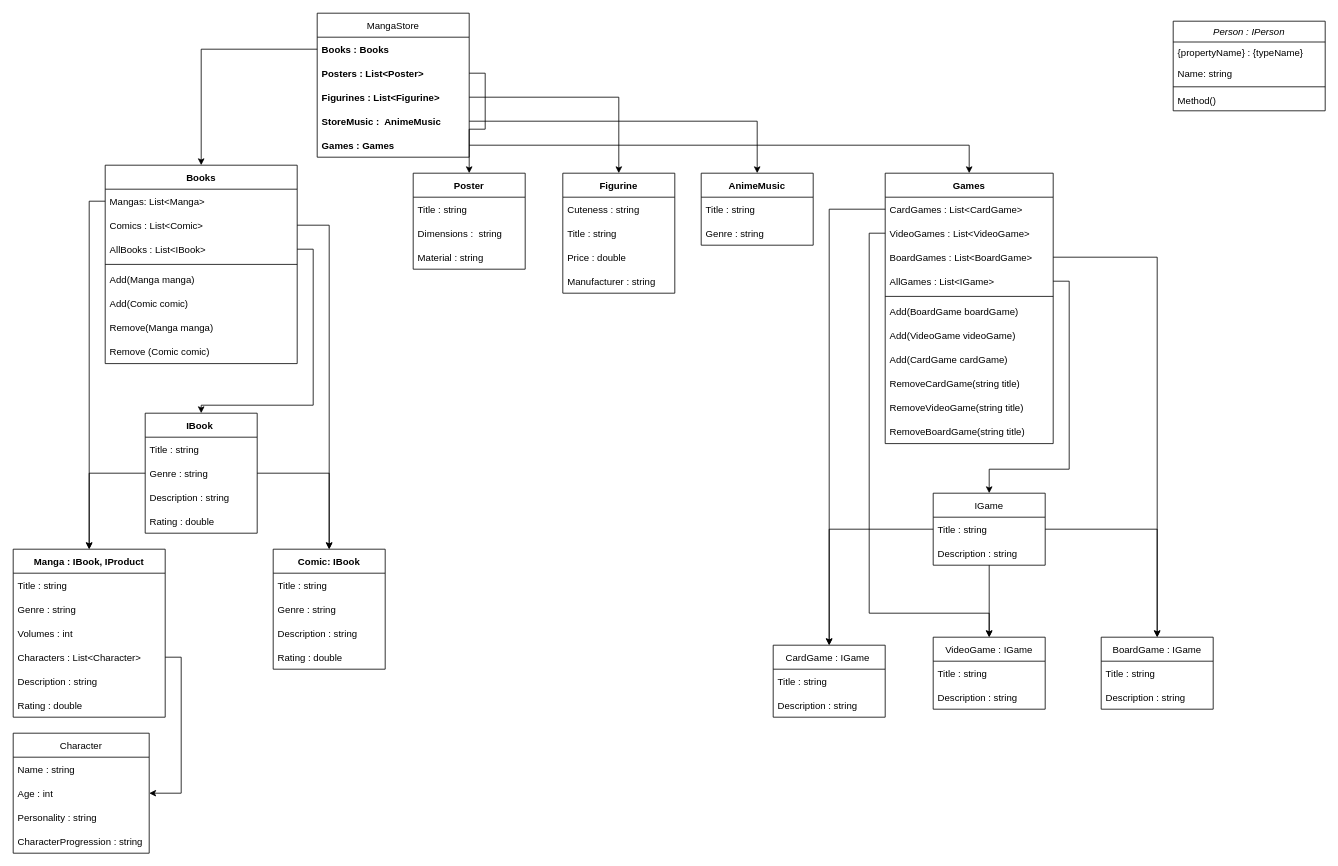
The draw.io diagram MangaStore/Digrams/ClassDiagram.drawio in lauravoineag/Kata, before the edit. Source tidied: cells renumbered, new cells numbered last; positions are measured from the earlier drawing's top-left corner, leaving out a move shared by most shapes. Both pictures are drawn from the tidied source at 80%, with x=0, y=0 at pixel (13, 13).
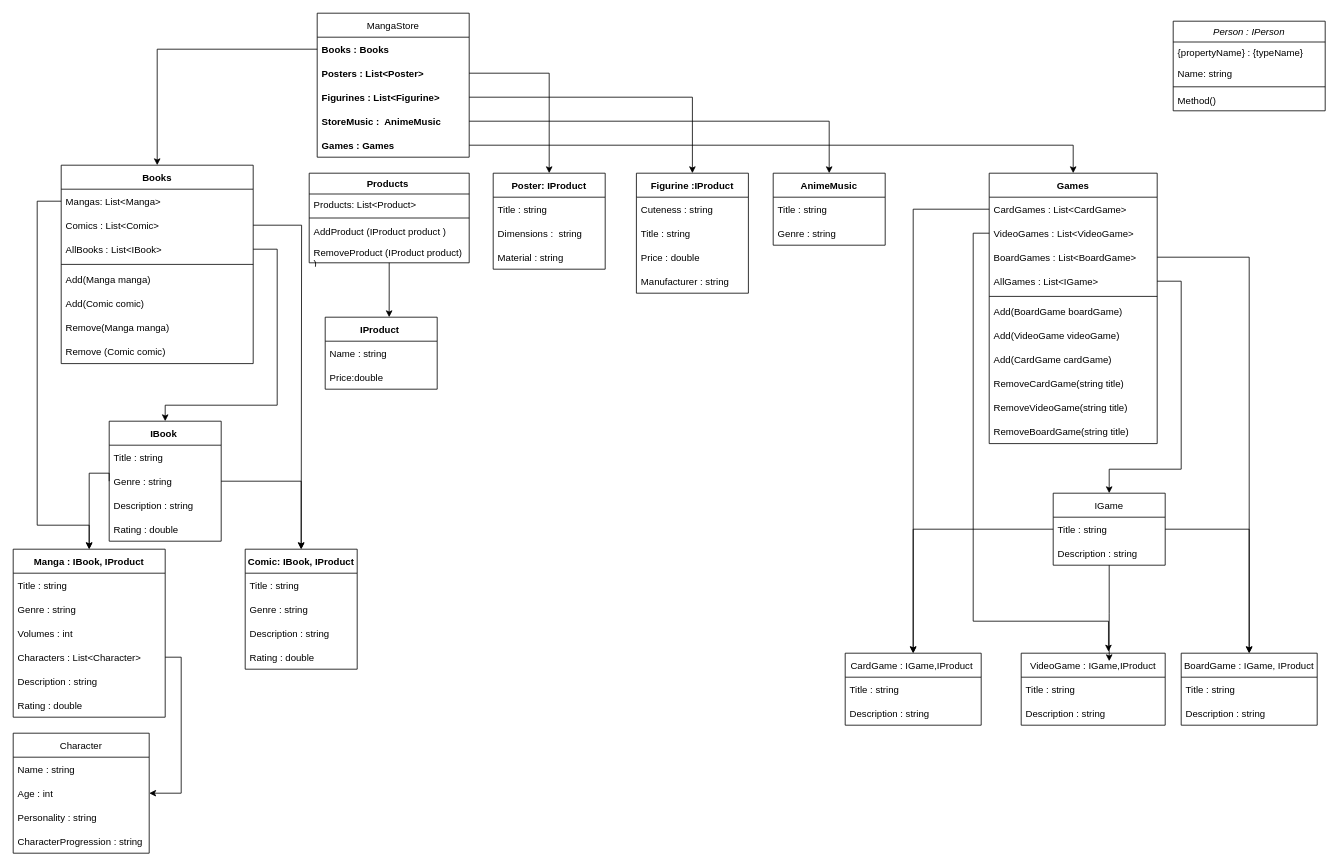
Above is the later version.

Commit message (it also covers changes not shown here):
Made all projects of type Product and updated the class diagram

Unchanged cells that the change refers to:
```xml
<mxCell id="18" value="Manga : IBook, IProduct" style="swimlane;fontStyle=1;horizontal=1;startSize=30;fontColor=#000000;" parent="1" vertex="1">
  <mxGeometry y="670" width="190" height="210" as="geometry" />
</mxCell>
<mxCell id="26" value="Mangas: List&lt;Manga&gt;    " style="text;strokeColor=none;fillColor=none;align=left;verticalAlign=middle;spacingLeft=4;spacingRight=4;overflow=hidden;points=[[0,0.5],[1,0.5]];portConstraint=eastwest;fontColor=#000000;" parent="25" vertex="1">
  <mxGeometry y="30" width="240" height="30" as="geometry" />
</mxCell>
<mxCell id="27" value="Comics : List&lt;Comic&gt;" style="text;strokeColor=none;fillColor=none;align=left;verticalAlign=middle;spacingLeft=4;spacingRight=4;overflow=hidden;points=[[0,0.5],[1,0.5]];portConstraint=eastwest;fontColor=#000000;" parent="25" vertex="1">
  <mxGeometry y="60" width="240" height="30" as="geometry" />
</mxCell>
<mxCell id="28" value="AllBooks : List&lt;IBook&gt;" style="text;strokeColor=none;fillColor=none;align=left;verticalAlign=middle;spacingLeft=4;spacingRight=4;overflow=hidden;points=[[0,0.5],[1,0.5]];portConstraint=eastwest;fontColor=#000000;" parent="25" vertex="1">
  <mxGeometry y="90" width="240" height="30" as="geometry" />
</mxCell>
<mxCell id="48" value="Genre : string    " style="text;strokeColor=none;fillColor=none;align=left;verticalAlign=middle;spacingLeft=4;spacingRight=4;overflow=hidden;points=[[0,0.5],[1,0.5]];portConstraint=eastwest;fontColor=#000000;" parent="46" vertex="1">
  <mxGeometry y="60" width="140" height="30" as="geometry" />
</mxCell>
<mxCell id="67" value="CardGames : List&lt;CardGame&gt;" style="text;strokeColor=none;fillColor=none;align=left;verticalAlign=middle;spacingLeft=4;spacingRight=4;overflow=hidden;points=[[0,0.5],[1,0.5]];portConstraint=eastwest;" parent="66" vertex="1">
  <mxGeometry y="30" width="210" height="30" as="geometry" />
</mxCell>
<mxCell id="68" value="VideoGames : List&lt;VideoGame&gt;" style="text;strokeColor=none;fillColor=none;align=left;verticalAlign=middle;spacingLeft=4;spacingRight=4;overflow=hidden;points=[[0,0.5],[1,0.5]];portConstraint=eastwest;" parent="66" vertex="1">
  <mxGeometry y="60" width="210" height="30" as="geometry" />
</mxCell>
<mxCell id="70" value="AllGames : List&lt;IGame&gt;" style="text;strokeColor=none;fillColor=none;align=left;verticalAlign=middle;spacingLeft=4;spacingRight=4;overflow=hidden;points=[[0,0.5],[1,0.5]];portConstraint=eastwest;" parent="66" vertex="1">
  <mxGeometry y="120" width="210" height="30" as="geometry" />
</mxCell>
<mxCell id="91" value="Title : string " style="text;strokeColor=none;fillColor=none;align=left;verticalAlign=middle;spacingLeft=4;spacingRight=4;overflow=hidden;points=[[0,0.5],[1,0.5]];portConstraint=eastwest;fontColor=#000000;" parent="90" vertex="1">
  <mxGeometry y="30" width="140" height="30" as="geometry" />
</mxCell>
```

Change to the diagram source:
```diff
@@
     <mxCell id="25" value="Books" style="swimlane;fontStyle=1;horizontal=1;startSize=30;fontColor=#000000;" parent="1" vertex="1">
-      <mxGeometry x="115" y="190" width="240" height="248" as="geometry" />
+      <mxGeometry x="60" y="190" width="240" height="248" as="geometry" />
     </mxCell>
@@
-    <mxCell id="35" value="Comic: IBook" style="swimlane;fontStyle=1;horizontal=1;startSize=30;fontColor=#000000;" parent="1" vertex="1">
-      <mxGeometry x="325" y="670" width="140" height="150" as="geometry" />
+    <mxCell id="35" value="Comic: IBook, IProduct" style="swimlane;fontStyle=1;horizontal=1;startSize=30;fontColor=#000000;" parent="1" vertex="1">
+      <mxGeometry x="290" y="670" width="140" height="150" as="geometry" />
     </mxCell>
@@
-    <mxCell id="40" style="edgeStyle=orthogonalEdgeStyle;rounded=0;jettySize=auto;html=1;exitX=1;exitY=0.5;exitDx=0;exitDy=0;fontColor=#000000;" parent="1" edge="1" source="27" target="35">
-      <mxGeometry relative="1" as="geometry" />
-    </mxCell>
@@
-    <mxCell id="42" value="Poster" style="swimlane;fontStyle=1;horizontal=1;startSize=30;fontColor=#000000;" parent="1" vertex="1">
-      <mxGeometry x="500" y="200" width="140" height="120" as="geometry" />
+    <mxCell id="42" value="Poster: IProduct" style="swimlane;fontStyle=1;horizontal=1;startSize=30;fontColor=#000000;" parent="1" vertex="1">
+      <mxGeometry x="600" y="200" width="140" height="120" as="geometry" />
     </mxCell>
@@
     <mxCell id="46" value="IBook " style="swimlane;fontStyle=1;horizontal=1;startSize=30;fontColor=#000000;" parent="1" vertex="1">
-      <mxGeometry x="165" y="500" width="140" height="150" as="geometry" />
+      <mxGeometry x="120" y="510" width="140" height="150" as="geometry" />
     </mxCell>
@@
     <mxCell id="51" style="edgeStyle=orthogonalEdgeStyle;rounded=0;jettySize=auto;html=1;exitX=1;exitY=0.5;exitDx=0;exitDy=0;entryX=0.5;entryY=0;entryDx=0;entryDy=0;fontColor=#000000;" parent="1" edge="1" source="28" target="46">
       <mxGeometry relative="1" as="geometry">
         <Array as="points">
-          <mxPoint x="375" y="295" />
-          <mxPoint x="375" y="490" />
-          <mxPoint x="235" y="490" />
+          <mxPoint x="330" y="295" />
+          <mxPoint x="330" y="490" />
+          <mxPoint x="190" y="490" />
         </Array>
       </mxGeometry>
     </mxCell>
     <mxCell id="52" style="edgeStyle=orthogonalEdgeStyle;rounded=0;jettySize=auto;html=1;exitX=0;exitY=0.5;exitDx=0;exitDy=0;entryX=0.5;entryY=0;entryDx=0;entryDy=0;fontColor=#000000;" parent="1" edge="1" source="48" target="18">
-      <mxGeometry relative="1" as="geometry" />
+      <mxGeometry relative="1" as="geometry">
+        <Array as="points">
+          <mxPoint x="95" y="575" />
+        </Array>
+      </mxGeometry>
     </mxCell>
     <mxCell id="53" style="edgeStyle=orthogonalEdgeStyle;rounded=0;jettySize=auto;html=1;exitX=0;exitY=0.5;exitDx=0;exitDy=0;entryX=0.5;entryY=0;entryDx=0;entryDy=0;fontColor=#000000;" parent="1" edge="1" source="26" target="18">
-      <mxGeometry relative="1" as="geometry" />
+      <mxGeometry relative="1" as="geometry">
+        <Array as="points">
+          <mxPoint x="30" y="235" />
+          <mxPoint x="30" y="640" />
+          <mxPoint x="95" y="640" />
+        </Array>
+      </mxGeometry>
     </mxCell>
@@
-    <mxCell id="56" value="Figurine" style="swimlane;fontStyle=1;horizontal=1;startSize=30;fontColor=#000000;" parent="1" vertex="1">
-      <mxGeometry x="687" y="200" width="140" height="150" as="geometry" />
+    <mxCell id="56" value="Figurine :IProduct" style="swimlane;fontStyle=1;horizontal=1;startSize=30;fontColor=#000000;" parent="1" vertex="1">
+      <mxGeometry x="779" y="200" width="140" height="150" as="geometry" />
     </mxCell>
@@
     <mxCell id="62" value="AnimeMusic" style="swimlane;fontStyle=1;horizontal=1;startSize=30;fontColor=#000000;" parent="1" vertex="1">
-      <mxGeometry x="860" y="200" width="140" height="90" as="geometry" />
+      <mxGeometry x="950" y="200" width="140" height="90" as="geometry" />
     </mxCell>
@@
     <mxCell id="66" value="Games" style="swimlane;fontStyle=1;horizontal=1;startSize=30;fontColor=#000000;" parent="1" vertex="1">
-      <mxGeometry x="1090" y="200" width="210" height="338" as="geometry" />
+      <mxGeometry x="1220" y="200" width="210" height="338" as="geometry" />
     </mxCell>
@@
-    <mxCell id="79" value="VideoGame : IGame" style="swimlane;fontStyle=0;horizontal=1;startSize=30;fontColor=#000000;" parent="1" vertex="1">
-      <mxGeometry x="1150" y="780" width="140" height="90" as="geometry" />
+    <mxCell id="79" value="VideoGame : IGame,IProduct" style="swimlane;fontStyle=0;horizontal=1;startSize=30;fontColor=#000000;" parent="1" vertex="1">
+      <mxGeometry x="1260" y="800" width="180" height="90" as="geometry" />
     </mxCell>
     <mxCell id="80" value="Title : string" style="text;strokeColor=none;fillColor=none;align=left;verticalAlign=middle;spacingLeft=4;spacingRight=4;overflow=hidden;fontColor=#000000;" parent="79" vertex="1">
-      <mxGeometry y="30" width="140" height="30" as="geometry" />
+      <mxGeometry y="30" width="180" height="30" as="geometry" />
     </mxCell>
     <mxCell id="81" value="Description : string " style="text;strokeColor=none;fillColor=none;align=left;verticalAlign=middle;spacingLeft=4;spacingRight=4;overflow=hidden;fontColor=#000000;" parent="79" vertex="1">
-      <mxGeometry y="60" width="140" height="30" as="geometry" />
+      <mxGeometry y="60" width="180" height="30" as="geometry" />
     </mxCell>
-    <mxCell id="82" value="CardGame : IGame " style="swimlane;fontStyle=0;horizontal=1;startSize=30;fontColor=#000000;" parent="1" vertex="1">
-      <mxGeometry x="950" y="790" width="140" height="90" as="geometry" />
+    <mxCell id="82" value="CardGame : IGame,IProduct " style="swimlane;fontStyle=0;horizontal=1;startSize=30;fontColor=#000000;" parent="1" vertex="1">
+      <mxGeometry x="1040" y="800" width="170" height="90" as="geometry" />
     </mxCell>
     <mxCell id="83" value="Title : string " style="text;strokeColor=none;fillColor=none;align=left;verticalAlign=middle;spacingLeft=4;spacingRight=4;overflow=hidden;fontColor=#000000;" parent="82" vertex="1">
-      <mxGeometry y="30" width="140" height="30" as="geometry" />
+      <mxGeometry y="30" width="170" height="30" as="geometry" />
     </mxCell>
     <mxCell id="84" value="Description : string" style="text;strokeColor=none;fillColor=none;align=left;verticalAlign=middle;spacingLeft=4;spacingRight=4;overflow=hidden;fontColor=#000000;" parent="82" vertex="1">
-      <mxGeometry y="60" width="140" height="30" as="geometry" />
+      <mxGeometry y="60" width="170" height="30" as="geometry" />
     </mxCell>
-    <mxCell id="85" value="BoardGame : IGame" style="swimlane;fontStyle=0;horizontal=1;startSize=30;fontColor=#000000;" parent="1" vertex="1">
-      <mxGeometry x="1360" y="780" width="140" height="90" as="geometry" />
+    <mxCell id="85" value="BoardGame : IGame, IProduct" style="swimlane;fontStyle=0;horizontal=1;startSize=30;fontColor=#000000;" parent="1" vertex="1">
+      <mxGeometry x="1460" y="800" width="170" height="90" as="geometry" />
     </mxCell>
     <mxCell id="86" value="Title : string " style="text;strokeColor=none;fillColor=none;align=left;verticalAlign=middle;spacingLeft=4;spacingRight=4;overflow=hidden;fontColor=#000000;" parent="85" vertex="1">
-      <mxGeometry y="30" width="140" height="30" as="geometry" />
+      <mxGeometry y="30" width="170" height="30" as="geometry" />
     </mxCell>
     <mxCell id="87" value="Description : string " style="text;strokeColor=none;fillColor=none;align=left;verticalAlign=middle;spacingLeft=4;spacingRight=4;overflow=hidden;fontColor=#000000;" parent="85" vertex="1">
-      <mxGeometry y="60" width="140" height="30" as="geometry" />
+      <mxGeometry y="60" width="170" height="30" as="geometry" />
     </mxCell>
@@
-    <mxCell id="89" style="edgeStyle=orthogonalEdgeStyle;rounded=0;jettySize=auto;html=1;entryX=0.5;entryY=0;entryDx=0;entryDy=0;" parent="1" edge="1" source="90" target="79">
-      <mxGeometry relative="1" as="geometry" />
+    <mxCell id="89" style="edgeStyle=orthogonalEdgeStyle;rounded=0;jettySize=auto;html=1;" parent="1" edge="1" source="90">
+      <mxGeometry relative="1" as="geometry">
+        <mxPoint x="1370" y="810" as="targetPoint" />
+      </mxGeometry>
     </mxCell>
     <mxCell id="90" value="IGame" style="swimlane;fontStyle=0;horizontal=1;startSize=30;fontColor=#000000;" parent="1" vertex="1">
-      <mxGeometry x="1150" y="600" width="140" height="90" as="geometry" />
+      <mxGeometry x="1300" y="600" width="140" height="90" as="geometry" />
     </mxCell>
@@
     <mxCell id="93" style="edgeStyle=orthogonalEdgeStyle;rounded=0;jettySize=auto;html=1;exitX=1;exitY=0.5;exitDx=0;exitDy=0;entryX=0.5;entryY=0;entryDx=0;entryDy=0;fontColor=#000000;" parent="1" edge="1" source="70" target="90">
       <mxGeometry relative="1" as="geometry">
         <Array as="points">
-          <mxPoint x="1320" y="335" />
-          <mxPoint x="1320" y="570" />
-          <mxPoint x="1220" y="570" />
+          <mxPoint x="1460" y="335" />
+          <mxPoint x="1460" y="570" />
+          <mxPoint x="1370" y="570" />
         </Array>
       </mxGeometry>
     </mxCell>
@@
+    <mxCell id="96" style="edgeStyle=orthogonalEdgeStyle;rounded=0;jettySize=auto;html=1;exitX=1;exitY=0.5;exitDx=0;exitDy=0;fontColor=#000000;" parent="1" edge="1" source="91" target="85">
+      <mxGeometry relative="1" as="geometry" />
+    </mxCell>
+    <mxCell id="98" style="edgeStyle=orthogonalEdgeStyle;rounded=0;jettySize=auto;html=1;exitX=1;exitY=0.5;exitDx=0;exitDy=0;" parent="1" edge="1" source="27">
+      <mxGeometry relative="1" as="geometry">
+        <mxPoint x="360" y="670" as="targetPoint" />
+      </mxGeometry>
+    </mxCell>
+    <mxCell id="99" style="edgeStyle=orthogonalEdgeStyle;rounded=0;jettySize=auto;html=1;entryX=0.571;entryY=0;entryDx=0;entryDy=0;entryPerimeter=0;" parent="1" edge="1" source="100" target="105">
+      <mxGeometry relative="1" as="geometry" />
+    </mxCell>
+    <mxCell id="100" value="Products " style="swimlane;fontStyle=1;align=center;verticalAlign=top;horizontal=1;startSize=26;rounded=0;shadow=0;strokeWidth=1;fontColor=#000000;" parent="1" vertex="1">
+      <mxGeometry x="370" y="200" width="200" height="112" as="geometry" />
+    </mxCell>
+    <mxCell id="101" value="Products: List&lt;Product&gt;" style="text;align=left;verticalAlign=top;spacingLeft=4;spacingRight=4;overflow=hidden;rounded=0;shadow=0;html=0;fontColor=#000000;" parent="100" vertex="1">
+      <mxGeometry y="26" width="200" height="26" as="geometry" />
+    </mxCell>
+    <mxCell id="102" style="line;html=1;strokeWidth=1;align=left;verticalAlign=middle;spacingTop=-1;spacingLeft=3;spacingRight=3;labelPosition=right;fontColor=#000000;" parent="100" vertex="1">
+      <mxGeometry y="52" width="200" height="8" as="geometry" />
+    </mxCell>
+    <mxCell id="103" value="AddProduct (IProduct product )" style="text;align=left;verticalAlign=top;spacingLeft=4;spacingRight=4;overflow=hidden;fontColor=#000000;" parent="100" vertex="1">
+      <mxGeometry y="60" width="200" height="26" as="geometry" />
+    </mxCell>
+    <mxCell id="104" value="RemoveProduct (IProduct product)&#10;)" style="text;align=left;verticalAlign=top;spacingLeft=4;spacingRight=4;overflow=hidden;fontColor=#000000;" parent="100" vertex="1">
+      <mxGeometry y="86" width="200" height="26" as="geometry" />
+    </mxCell>
+    <mxCell id="105" value="IProduct " style="swimlane;fontStyle=1;horizontal=1;startSize=30;fontColor=#000000;" parent="1" vertex="1">
+      <mxGeometry x="390" y="380" width="140" height="90" as="geometry" />
+    </mxCell>
+    <mxCell id="106" value="Name : string" style="text;strokeColor=none;fillColor=none;align=left;verticalAlign=middle;spacingLeft=4;spacingRight=4;overflow=hidden;fontColor=#000000;" parent="105" vertex="1">
+      <mxGeometry y="30" width="140" height="30" as="geometry" />
+    </mxCell>
+    <mxCell id="107" value="Price:double" style="text;strokeColor=none;fillColor=none;align=left;verticalAlign=middle;spacingLeft=4;spacingRight=4;overflow=hidden;fontColor=#000000;" parent="105" vertex="1">
+      <mxGeometry y="60" width="140" height="30" as="geometry" />
+    </mxCell>
+    <mxCell id="97" style="edgeStyle=orthogonalEdgeStyle;rounded=0;jettySize=auto;html=1;exitX=0;exitY=0.5;exitDx=0;exitDy=0;entryX=0.5;entryY=0;entryDx=0;entryDy=0;" parent="1" edge="1" source="67" target="82">
+      <mxGeometry relative="1" as="geometry" />
+    </mxCell>
-    <mxCell id="95" style="edgeStyle=orthogonalEdgeStyle;rounded=0;jettySize=auto;html=1;fontColor=#000000;" parent="1" edge="1" source="68" target="79">
+    <mxCell id="95" style="edgeStyle=orthogonalEdgeStyle;rounded=0;jettySize=auto;html=1;exitX=0;exitY=0.5;exitDx=0;exitDy=0;entryX=0.606;entryY=-0.022;entryDx=0;entryDy=0;entryPerimeter=0;" parent="1" edge="1" source="68" target="79">
       <mxGeometry relative="1" as="geometry">
         <Array as="points">
-          <mxPoint x="1070" y="275" />
-          <mxPoint x="1070" y="750" />
-          <mxPoint x="1220" y="750" />
+          <mxPoint x="1200" y="275" />
+          <mxPoint x="1200" y="760" />
+          <mxPoint x="1369" y="760" />
         </Array>
       </mxGeometry>
     </mxCell>
-    <mxCell id="96" style="edgeStyle=orthogonalEdgeStyle;rounded=0;jettySize=auto;html=1;exitX=1;exitY=0.5;exitDx=0;exitDy=0;fontColor=#000000;" parent="1" edge="1" source="91" target="85">
-      <mxGeometry relative="1" as="geometry" />
-    </mxCell>
-    <mxCell id="97" style="edgeStyle=orthogonalEdgeStyle;rounded=0;jettySize=auto;html=1;entryX=0.5;entryY=0;entryDx=0;entryDy=0;fontColor=#000000;" parent="1" edge="1" source="67" target="82">
-      <mxGeometry relative="1" as="geometry">
-        <Array as="points">
-          <mxPoint x="1020" y="245" />
-          <mxPoint x="1020" y="780" />
-        </Array>
-      </mxGeometry>
-    </mxCell>
```
